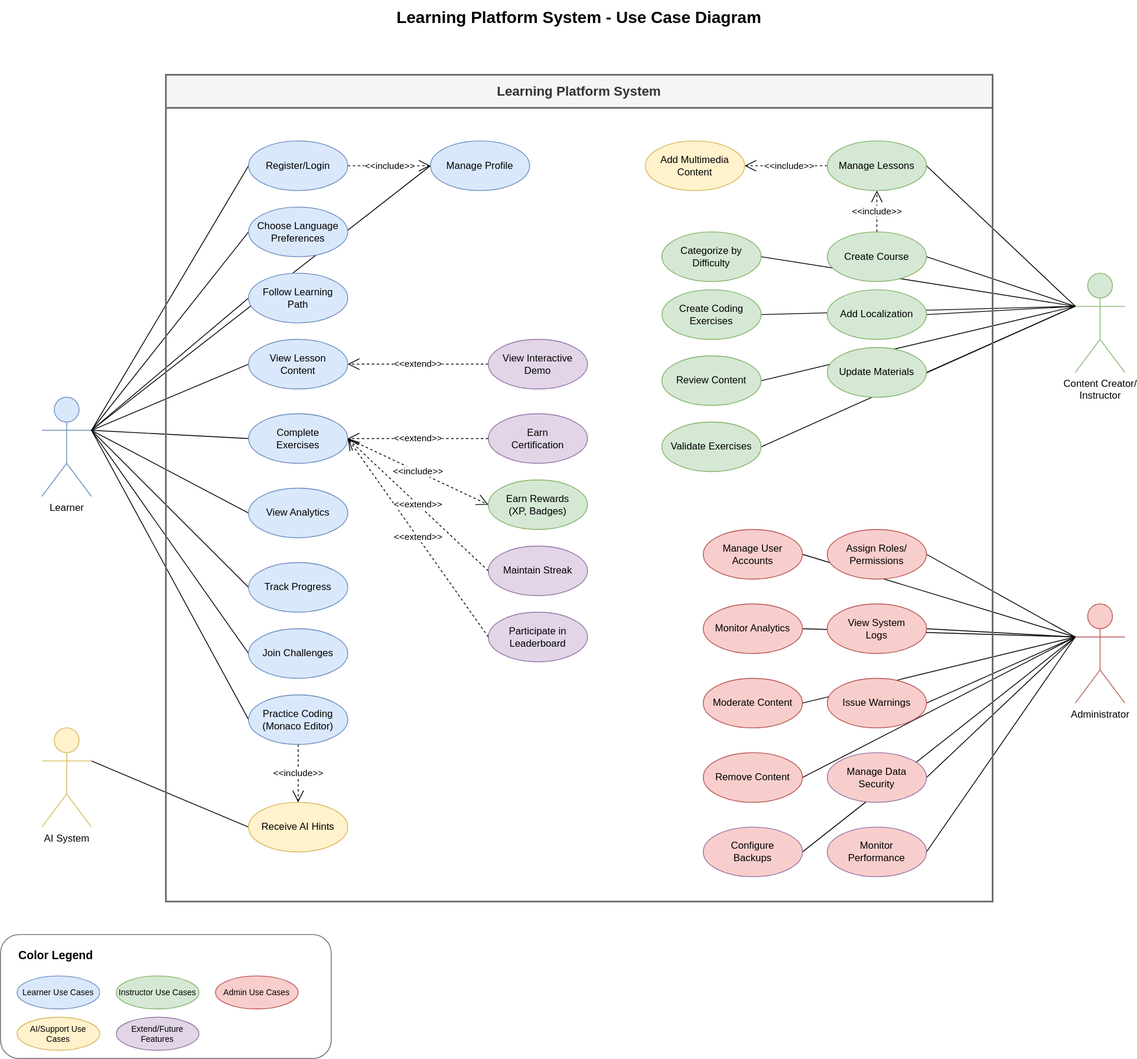
Earlier version of the draw.io export docs/public/assets/CH05/Figure_5.1_use_case_diagram.svg (moh123mos/duocodo-docs). Source tidied: cells renumbered, new cells last; positions are measured from the earlier drawing's top-left corner, leaving out a move shared by most shapes.
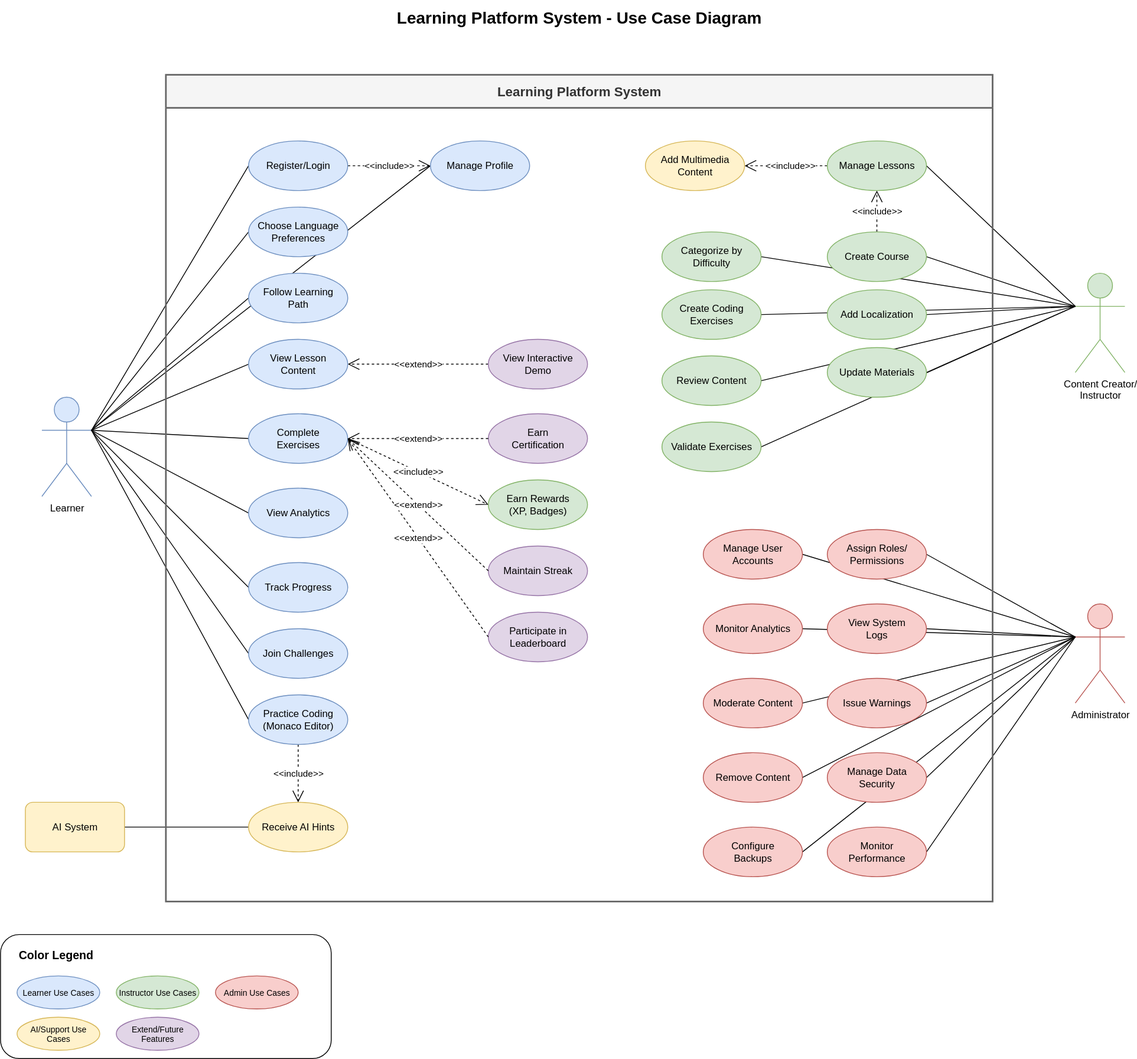
After the commit.

What changed in the source:
```diff
@@ -17,9 +17,6 @@
     <mxCell id="6" value="Administrator" style="shape=umlActor;verticalLabelPosition=bottom;verticalAlign=top;html=1;outlineConnect=0;fillColor=#f8cecc;strokeColor=#b85450;" parent="1" vertex="1">
       <mxGeometry x="1300" y="730" width="60" height="120" as="geometry" />
     </mxCell>
-    <mxCell id="7" value="AI System" style="shape=umlActor;verticalLabelPosition=bottom;verticalAlign=top;html=1;outlineConnect=0;fillColor=#fff2cc;strokeColor=#d6b656;" parent="1" vertex="1">
-      <mxGeometry x="50" y="880" width="60" height="120" as="geometry" />
-    </mxCell>
     <mxCell id="8" style="endArrow=none;html=1;exitX=1;exitY=0.3333333333333333;exitDx=0;exitDy=0;exitPerimeter=0;entryX=0;entryY=0.5;entryDx=0;entryDy=0;" parent="1" edge="1" source="4" target="49">
       <mxGeometry relative="1" as="geometry" />
     </mxCell>
@@ -101,7 +98,7 @@
     <mxCell id="34" style="endArrow=none;html=1;exitX=0;exitY=0.3333333333333333;exitDx=0;exitDy=0;exitPerimeter=0;entryX=1;entryY=0.5;entryDx=0;entryDy=0;" parent="1" edge="1" source="6" target="81">
       <mxGeometry relative="1" as="geometry" />
     </mxCell>
-    <mxCell id="35" style="endArrow=none;html=1;exitX=1;exitY=0.3333333333333333;exitDx=0;exitDy=0;exitPerimeter=0;entryX=0;entryY=0.5;entryDx=0;entryDy=0;" parent="1" edge="1" source="7" target="56">
+    <mxCell id="35" style="endArrow=none;html=1;exitX=1;exitY=0.5;exitDx=0;exitDy=0;entryX=0;entryY=0.5;entryDx=0;entryDy=0;" parent="1" edge="1" source="7" target="56">
       <mxGeometry relative="1" as="geometry" />
     </mxCell>
     <mxCell id="36" value="&amp;lt;&amp;lt;include&amp;gt;&amp;gt;" style="endArrow=open;endSize=12;dashed=1;html=1;exitX=1;exitY=0.5;exitDx=0;exitDy=0;entryX=0;entryY=0.5;entryDx=0;entryDy=0;" parent="1" edge="1" source="49" target="50">
@@ -119,7 +116,7 @@
     <mxCell id="40" value="&amp;lt;&amp;lt;extend&amp;gt;&amp;gt;" style="endArrow=open;endSize=12;dashed=1;html=1;exitX=0;exitY=0.5;exitDx=0;exitDy=0;entryX=1;entryY=0.5;entryDx=0;entryDy=0;" parent="1" edge="1" source="54" target="53">
       <mxGeometry relative="1" as="geometry" />
     </mxCell>
-    <mxCell id="41" style="rounded=1;whiteSpace=wrap;html=1;strokeColor=#666666;align=left;verticalAlign=top;" parent="1" vertex="1">
+    <mxCell id="41" style="rounded=1;whiteSpace=wrap;html=1;align=left;verticalAlign=top;" parent="1" vertex="1">
       <mxGeometry y="1130" width="400" height="150" as="geometry" />
     </mxCell>
     <mxCell id="42" value="Color Legend" style="text;html=1;strokeColor=none;fillColor=none;align=left;verticalAlign=top;whiteSpace=wrap;rounded=0;fontSize=14;fontStyle=1;" parent="1" vertex="1">
@@ -233,13 +230,13 @@
     <mxCell id="78" value="Remove Content" style="ellipse;whiteSpace=wrap;html=1;fillColor=#f8cecc;strokeColor=#b85450;" parent="48" vertex="1">
       <mxGeometry x="650" y="820" width="120" height="60" as="geometry" />
     </mxCell>
-    <mxCell id="79" value="Manage Data&lt;br&gt;Security" style="ellipse;whiteSpace=wrap;html=1;fillColor=light-dark(#F8CECC,#392F3F);strokeColor=#9673a6;" parent="48" vertex="1">
+    <mxCell id="79" value="Manage Data&lt;br&gt;Security" style="ellipse;whiteSpace=wrap;html=1;fillColor=#f8cecc;strokeColor=#b85450;" parent="48" vertex="1">
       <mxGeometry x="800" y="820" width="120" height="60" as="geometry" />
     </mxCell>
-    <mxCell id="80" value="Configure&lt;br&gt;Backups" style="ellipse;whiteSpace=wrap;html=1;fillColor=light-dark(#F8CECC,#392F3F);strokeColor=#9673a6;" parent="48" vertex="1">
+    <mxCell id="80" value="Configure&lt;br&gt;Backups" style="ellipse;whiteSpace=wrap;html=1;fillColor=#f8cecc;strokeColor=#b85450;" parent="48" vertex="1">
       <mxGeometry x="650" y="910" width="120" height="60" as="geometry" />
     </mxCell>
-    <mxCell id="81" value="Monitor&lt;br&gt;Performance" style="ellipse;whiteSpace=wrap;html=1;fillColor=light-dark(#F8CECC,#392F3F);strokeColor=#9673a6;" parent="48" vertex="1">
+    <mxCell id="81" value="Monitor&lt;br&gt;Performance" style="ellipse;whiteSpace=wrap;html=1;fillColor=#f8cecc;strokeColor=#b85450;" parent="48" vertex="1">
       <mxGeometry x="800" y="910" width="120" height="60" as="geometry" />
     </mxCell>
     <mxCell id="82" value="Issue Warnings" style="ellipse;whiteSpace=wrap;html=1;fillColor=#f8cecc;strokeColor=#b85450;" parent="48" vertex="1">
@@ -260,5 +257,8 @@
     <mxCell id="87" value="&amp;lt;&amp;lt;extend&amp;gt;&amp;gt;" style="endArrow=open;endSize=12;dashed=1;html=1;exitX=0;exitY=0.5;exitDx=0;exitDy=0;entryX=1;entryY=0.5;entryDx=0;entryDy=0;" parent="48" edge="1" source="62" target="83">
       <mxGeometry relative="1" as="geometry" />
     </mxCell>
+    <mxCell id="7" value="AI System" style="rounded=1;whiteSpace=wrap;html=1;fillColor=#fff2cc;strokeColor=#d6b656;" parent="1" vertex="1">
+      <mxGeometry x="30" y="970" width="120" height="60" as="geometry" />
+    </mxCell>
   </root>
 </mxGraphModel>
```
